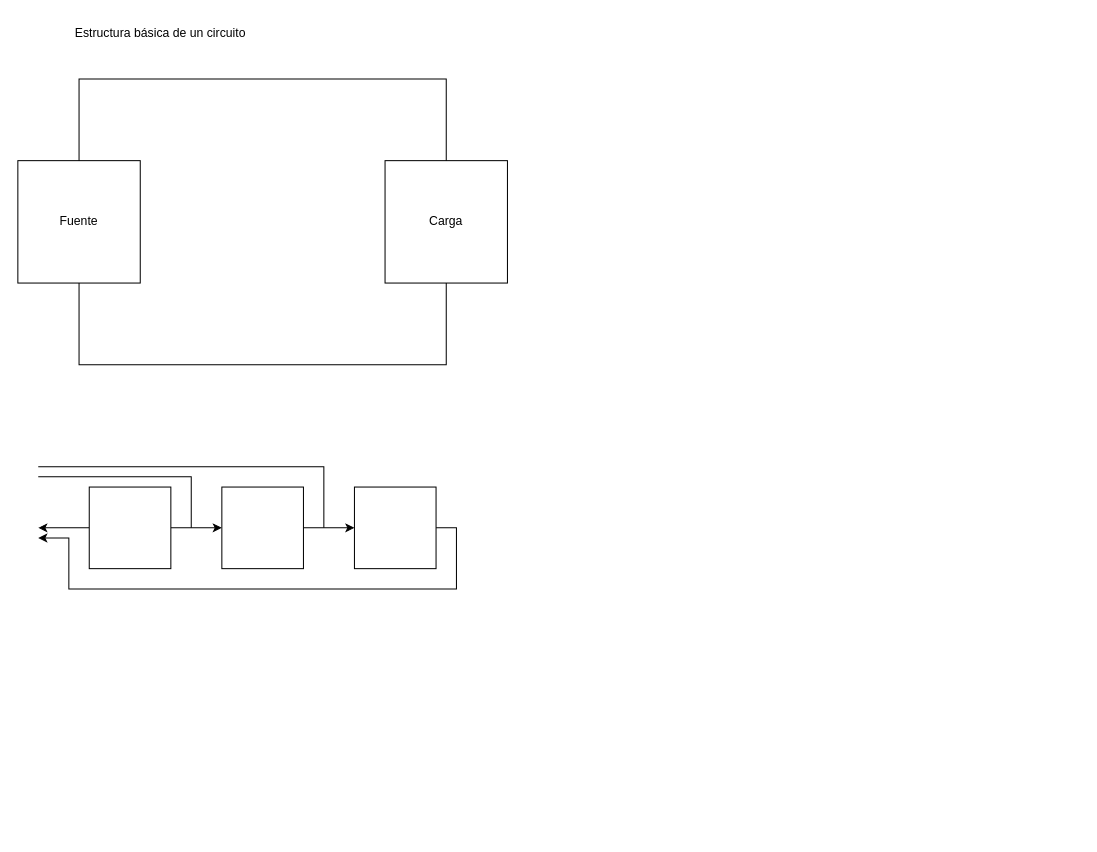
The draw.io diagram Diagramas/Circuitos Electrónicos/Circuitos electronicos.drawio in codigo-iot/Notas-de-clase, before the edit. Source tidied: cells renumbered, new cells numbered last; positions are measured from the earlier drawing's top-left corner, leaving out a move shared by most shapes. Both pictures are drawn from the tidied source at 102%, with x=0, y=0 at pixel (17, 17).
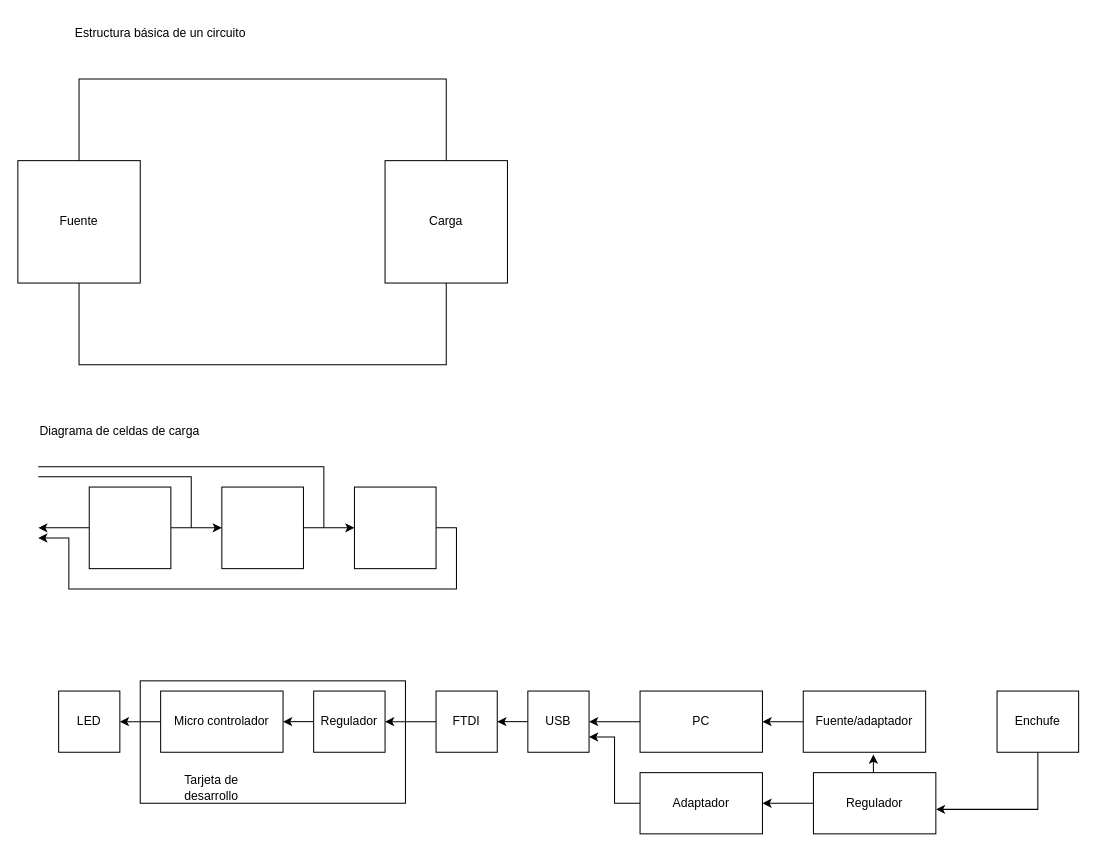
The same diagram, later.

Commit message (it also covers changes not shown here):
Diagrama actualizado

The edit, as a diff of the source:
```diff
@@
+    <mxCell id="16" style="rounded=0;whiteSpace=wrap;html=1;" parent="1" vertex="1">
+      <mxGeometry x="120" y="650" width="260" height="120" as="geometry" />
+    </mxCell>
@@
+    <mxCell id="17" value="Diagrama de celdas de carga" style="text;html=1;strokeColor=none;fillColor=none;align=center;verticalAlign=middle;whiteSpace=wrap;rounded=0;" parent="1" vertex="1">
+      <mxGeometry x="10" y="390" width="180" height="30" as="geometry" />
+    </mxCell>
+    <mxCell id="18" value="LED" style="rounded=0;whiteSpace=wrap;html=1;" parent="1" vertex="1">
+      <mxGeometry x="40" y="660" width="60" height="60" as="geometry" />
+    </mxCell>
+    <mxCell id="19" style="edgeStyle=orthogonalEdgeStyle;rounded=0;jettySize=auto;html=1;exitX=0;exitY=0.5;exitDx=0;exitDy=0;entryX=1;entryY=0.5;entryDx=0;entryDy=0;" parent="1" edge="1" source="20" target="18">
+      <mxGeometry relative="1" as="geometry" />
+    </mxCell>
+    <mxCell id="20" value="Micro controlador" style="rounded=0;whiteSpace=wrap;html=1;" parent="1" vertex="1">
+      <mxGeometry x="140" y="660" width="120" height="60" as="geometry" />
+    </mxCell>
+    <mxCell id="21" style="edgeStyle=orthogonalEdgeStyle;rounded=0;jettySize=auto;html=1;exitX=0;exitY=0.5;exitDx=0;exitDy=0;entryX=1;entryY=0.5;entryDx=0;entryDy=0;" parent="1" edge="1" source="22" target="20">
+      <mxGeometry relative="1" as="geometry" />
+    </mxCell>
+    <mxCell id="22" value="Regulador" style="rounded=0;whiteSpace=wrap;html=1;" parent="1" vertex="1">
+      <mxGeometry x="290" y="660" width="70" height="60" as="geometry" />
+    </mxCell>
+    <mxCell id="23" value="Tarjeta de desarrollo" style="text;html=1;strokeColor=none;fillColor=none;align=center;verticalAlign=middle;whiteSpace=wrap;rounded=0;" parent="1" vertex="1">
+      <mxGeometry x="140" y="740" width="100" height="30" as="geometry" />
+    </mxCell>
+    <mxCell id="24" style="edgeStyle=orthogonalEdgeStyle;rounded=0;jettySize=auto;html=1;entryX=1;entryY=0.5;entryDx=0;entryDy=0;" parent="1" edge="1" source="25" target="22">
+      <mxGeometry relative="1" as="geometry" />
+    </mxCell>
+    <mxCell id="25" value="FTDI" style="rounded=0;whiteSpace=wrap;html=1;" parent="1" vertex="1">
+      <mxGeometry x="410" y="660" width="60" height="60" as="geometry" />
+    </mxCell>
+    <mxCell id="26" style="edgeStyle=orthogonalEdgeStyle;rounded=0;jettySize=auto;html=1;exitX=0;exitY=0.5;exitDx=0;exitDy=0;entryX=1;entryY=0.5;entryDx=0;entryDy=0;" parent="1" edge="1" source="27" target="25">
+      <mxGeometry relative="1" as="geometry" />
+    </mxCell>
+    <mxCell id="27" value="USB" style="rounded=0;whiteSpace=wrap;html=1;" parent="1" vertex="1">
+      <mxGeometry x="500" y="660" width="60" height="60" as="geometry" />
+    </mxCell>
+    <mxCell id="28" style="edgeStyle=orthogonalEdgeStyle;rounded=0;jettySize=auto;html=1;exitX=0;exitY=0.5;exitDx=0;exitDy=0;entryX=1;entryY=0.75;entryDx=0;entryDy=0;" parent="1" edge="1" source="29" target="27">
+      <mxGeometry relative="1" as="geometry" />
+    </mxCell>
+    <mxCell id="29" value="Adaptador" style="rounded=0;whiteSpace=wrap;html=1;" parent="1" vertex="1">
+      <mxGeometry x="610" y="740" width="120" height="60" as="geometry" />
+    </mxCell>
+    <mxCell id="30" style="edgeStyle=orthogonalEdgeStyle;rounded=0;jettySize=auto;html=1;exitX=0;exitY=0.5;exitDx=0;exitDy=0;entryX=1;entryY=0.5;entryDx=0;entryDy=0;" parent="1" edge="1" source="31" target="27">
+      <mxGeometry relative="1" as="geometry" />
+    </mxCell>
+    <mxCell id="31" value="PC" style="rounded=0;whiteSpace=wrap;html=1;" parent="1" vertex="1">
+      <mxGeometry x="610" y="660" width="120" height="60" as="geometry" />
+    </mxCell>
+    <mxCell id="32" style="edgeStyle=orthogonalEdgeStyle;rounded=0;jettySize=auto;html=1;exitX=0;exitY=0.5;exitDx=0;exitDy=0;entryX=1;entryY=0.5;entryDx=0;entryDy=0;" parent="1" edge="1" source="33" target="31">
+      <mxGeometry relative="1" as="geometry" />
+    </mxCell>
+    <mxCell id="33" value="Fuente/adaptador" style="rounded=0;whiteSpace=wrap;html=1;" parent="1" vertex="1">
+      <mxGeometry x="770" y="660" width="120" height="60" as="geometry" />
+    </mxCell>
+    <mxCell id="34" style="edgeStyle=orthogonalEdgeStyle;rounded=0;jettySize=auto;html=1;exitX=0.5;exitY=1;exitDx=0;exitDy=0;entryX=1.001;entryY=0.6;entryDx=0;entryDy=0;entryPerimeter=0;" parent="1" edge="1" source="35" target="38">
+      <mxGeometry relative="1" as="geometry" />
+    </mxCell>
+    <mxCell id="35" value="Enchufe" style="rounded=0;whiteSpace=wrap;html=1;" parent="1" vertex="1">
+      <mxGeometry x="960" y="660" width="80" height="60" as="geometry" />
+    </mxCell>
+    <mxCell id="36" style="edgeStyle=orthogonalEdgeStyle;rounded=0;jettySize=auto;html=1;exitX=0.5;exitY=0;exitDx=0;exitDy=0;entryX=0.573;entryY=1.037;entryDx=0;entryDy=0;entryPerimeter=0;" parent="1" edge="1" source="38" target="33">
+      <mxGeometry relative="1" as="geometry" />
+    </mxCell>
+    <mxCell id="37" style="edgeStyle=orthogonalEdgeStyle;rounded=0;jettySize=auto;html=1;exitX=0;exitY=0.5;exitDx=0;exitDy=0;entryX=1;entryY=0.5;entryDx=0;entryDy=0;" parent="1" edge="1" source="38" target="29">
+      <mxGeometry relative="1" as="geometry" />
+    </mxCell>
+    <mxCell id="38" value="Regulador" style="rounded=0;whiteSpace=wrap;html=1;" parent="1" vertex="1">
+      <mxGeometry x="780" y="740" width="120" height="60" as="geometry" />
+    </mxCell>
```
